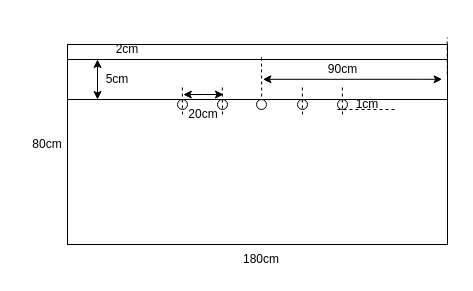
The draw.io diagram draw.drawio in loveagri/cdn, before the edit. Source tidied: cells renumbered, new cells numbered last; positions are measured from the earlier drawing's top-left corner, leaving out a move shared by most shapes. Both pictures are drawn from the tidied source at 100%, with x=0, y=0 at pixel (17, 34).
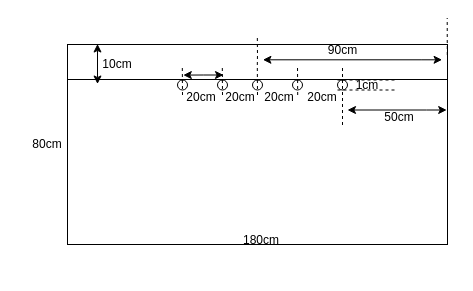
The same page after the edit.

What changed in the source:
```diff
@@
     <mxCell id="3" style="rounded=0;whiteSpace=wrap;html=1;" parent="1" vertex="1">
-      <mxGeometry x="50" y="25" width="380" height="40" as="geometry" />
+      <mxGeometry x="50" y="10" width="380" height="35" as="geometry" />
     </mxCell>
     <mxCell id="4" style="ellipse;whiteSpace=wrap;html=1;" parent="1" vertex="1">
-      <mxGeometry x="200" y="65" width="10" height="10" as="geometry" />
+      <mxGeometry x="200" y="45.5" width="10" height="10" as="geometry" />
     </mxCell>
     <mxCell id="5" style="ellipse;whiteSpace=wrap;html=1;" parent="1" vertex="1">
-      <mxGeometry x="239" y="65" width="10" height="10" as="geometry" />
+      <mxGeometry x="235" y="45.5" width="10" height="10" as="geometry" />
     </mxCell>
     <mxCell id="6" style="ellipse;whiteSpace=wrap;html=1;" parent="1" vertex="1">
-      <mxGeometry x="280" y="65" width="10" height="10" as="geometry" />
+      <mxGeometry x="275" y="45.5" width="10" height="10" as="geometry" />
     </mxCell>
     <mxCell id="7" style="ellipse;whiteSpace=wrap;html=1;" parent="1" vertex="1">
-      <mxGeometry x="320" y="65" width="10" height="10" as="geometry" />
+      <mxGeometry x="320" y="45.5" width="10" height="10" as="geometry" />
     </mxCell>
     <mxCell id="8" style="ellipse;whiteSpace=wrap;html=1;" parent="1" vertex="1">
-      <mxGeometry x="160" y="65" width="10" height="10" as="geometry" />
+      <mxGeometry x="160" y="45.5" width="10" height="10" as="geometry" />
     </mxCell>
     <mxCell id="9" style="endArrow=classic;startArrow=classic;html=1;rounded=0;exitX=0.289;exitY=0.469;exitDx=0;exitDy=0;exitPerimeter=0;" parent="1" edge="1">
       <mxGeometry relative="1" as="geometry">
-        <mxPoint x="165.8" y="60.1" as="sourcePoint" />
-        <mxPoint x="206" y="60" as="targetPoint" />
+        <mxPoint x="165.8" y="40.6" as="sourcePoint" />
+        <mxPoint x="206" y="40.5" as="targetPoint" />
         <Array as="points">
-          <mxPoint x="185.8" y="60" />
+          <mxPoint x="185.8" y="40.5" />
         </Array>
       </mxGeometry>
     </mxCell>
     <mxCell id="10" style="endArrow=none;dashed=1;html=1;rounded=0;" parent="1" edge="1">
       <mxGeometry relative="1" as="geometry">
-        <mxPoint x="165" y="80" as="sourcePoint" />
-        <mxPoint x="164.8" y="50" as="targetPoint" />
+        <mxPoint x="165" y="60.5" as="sourcePoint" />
+        <mxPoint x="164.8" y="30.5" as="targetPoint" />
       </mxGeometry>
     </mxCell>
     <mxCell id="11" style="endArrow=none;dashed=1;html=1;rounded=0;" parent="1" edge="1">
       <mxGeometry relative="1" as="geometry">
-        <mxPoint x="205" y="80" as="sourcePoint" />
-        <mxPoint x="204.8" y="50" as="targetPoint" />
+        <mxPoint x="205" y="60.5" as="sourcePoint" />
+        <mxPoint x="204.8" y="30.5" as="targetPoint" />
       </mxGeometry>
     </mxCell>
-    <mxCell id="12" style="endArrow=none;dashed=1;html=1;rounded=0;exitX=0.511;exitY=0.925;exitDx=0;exitDy=0;exitPerimeter=0;" parent="1" edge="1" source="3">
+    <mxCell id="12" style="endArrow=none;dashed=1;html=1;rounded=0;exitX=0.5;exitY=0.35;exitDx=0;exitDy=0;exitPerimeter=0;" parent="1" edge="1">
       <mxGeometry relative="1" as="geometry">
-        <mxPoint x="244" y="20" as="targetPoint" />
+        <mxPoint x="240" y="60.5" as="sourcePoint" />
+        <mxPoint x="239.8" y="0.5" as="targetPoint" />
+        <Array as="points">
+          <mxPoint x="239.8" y="30.5" />
+          <mxPoint x="240" y="20.5" />
+        </Array>
       </mxGeometry>
     </mxCell>
     <mxCell id="13" style="endArrow=none;dashed=1;html=1;rounded=0;" parent="1" edge="1">
       <mxGeometry relative="1" as="geometry">
-        <mxPoint x="285" y="80" as="sourcePoint" />
-        <mxPoint x="284.8" y="50" as="targetPoint" />
+        <mxPoint x="280.2" y="60.5" as="sourcePoint" />
+        <mxPoint x="280" y="30.5" as="targetPoint" />
       </mxGeometry>
     </mxCell>
     <mxCell id="14" style="endArrow=none;dashed=1;html=1;rounded=0;" parent="1" edge="1">
       <mxGeometry relative="1" as="geometry">
-        <mxPoint x="325" y="80" as="sourcePoint" />
-        <mxPoint x="324.8" y="50" as="targetPoint" />
+        <mxPoint x="325" y="90.5" as="sourcePoint" />
+        <mxPoint x="325" y="30.5" as="targetPoint" />
       </mxGeometry>
     </mxCell>
     <mxCell id="15" style="endArrow=classic;startArrow=classic;html=1;rounded=0;" parent="1" edge="1">
       <mxGeometry relative="1" as="geometry">
-        <mxPoint x="245.4" y="44.8" as="sourcePoint" />
-        <mxPoint x="424.6" y="44.8" as="targetPoint" />
+        <mxPoint x="245.4" y="25.3" as="sourcePoint" />
+        <mxPoint x="424.6" y="25.3" as="targetPoint" />
         <Array as="points">
-          <mxPoint x="404.4" y="44.8" />
+          <mxPoint x="404.4" y="25.3" />
         </Array>
       </mxGeometry>
     </mxCell>
     <mxCell id="16" style="endArrow=none;dashed=1;html=1;rounded=0;exitX=0.511;exitY=0.925;exitDx=0;exitDy=0;exitPerimeter=0;" parent="1" edge="1">
       <mxGeometry relative="1" as="geometry">
-        <mxPoint x="429.8" y="40" as="sourcePoint" />
-        <mxPoint x="429.7" y="3" as="targetPoint" />
+        <mxPoint x="429.8" y="20.5" as="sourcePoint" />
+        <mxPoint x="429.7" y="-16.5" as="targetPoint" />
       </mxGeometry>
     </mxCell>
     <mxCell id="17" value="90cm" style="text;html=1;align=center;verticalAlign=middle;strokeColor=none;fillColor=none;" parent="1" vertex="1">
-      <mxGeometry x="300" y="20" width="50" height="30" as="geometry" />
+      <mxGeometry x="300" y="0.5" width="50" height="30" as="geometry" />
     </mxCell>
-    <mxCell id="18" value="2cm" style="text;html=1;align=center;verticalAlign=middle;whiteSpace=wrap;rounded=0;" parent="1" vertex="1">
-      <mxGeometry x="80" width="60" height="30" as="geometry" />
-    </mxCell>
     <mxCell id="19" style="endArrow=classic;startArrow=classic;html=1;rounded=0;entryX=0.158;entryY=0.55;entryDx=0;entryDy=0;entryPerimeter=0;" parent="1" edge="1">
       <mxGeometry relative="1" as="geometry">
-        <mxPoint x="80" y="25" as="sourcePoint" />
-        <mxPoint x="80" y="65" as="targetPoint" />
+        <mxPoint x="80" y="9.5" as="sourcePoint" />
+        <mxPoint x="80" y="49.5" as="targetPoint" />
       </mxGeometry>
     </mxCell>
-    <mxCell id="20" value="5cm" style="text;html=1;align=center;verticalAlign=middle;whiteSpace=wrap;rounded=0;" parent="1" vertex="1">
-      <mxGeometry x="70" y="30" width="60" height="30" as="geometry" />
+    <mxCell id="20" value="10cm" style="text;html=1;align=center;verticalAlign=middle;whiteSpace=wrap;rounded=0;" parent="1" vertex="1">
+      <mxGeometry x="70" y="15" width="60" height="30" as="geometry" />
     </mxCell>
     <mxCell id="21" style="endArrow=none;dashed=1;html=1;rounded=0;exitX=0.5;exitY=0.3;exitDx=0;exitDy=0;exitPerimeter=0;" parent="1" edge="1">
       <mxGeometry relative="1" as="geometry">
-        <mxPoint x="320" y="65" as="sourcePoint" />
-        <mxPoint x="379" y="65" as="targetPoint" />
+        <mxPoint x="320" y="45.5" as="sourcePoint" />
+        <mxPoint x="379" y="45.5" as="targetPoint" />
       </mxGeometry>
     </mxCell>
     <mxCell id="22" style="endArrow=none;dashed=1;html=1;rounded=0;exitX=0.5;exitY=0.3;exitDx=0;exitDy=0;exitPerimeter=0;" parent="1" edge="1">
       <mxGeometry relative="1" as="geometry">
-        <mxPoint x="320" y="75" as="sourcePoint" />
-        <mxPoint x="379" y="75" as="targetPoint" />
+        <mxPoint x="320" y="55.5" as="sourcePoint" />
+        <mxPoint x="379" y="55.5" as="targetPoint" />
       </mxGeometry>
     </mxCell>
     <mxCell id="23" value="1cm" style="text;html=1;align=center;verticalAlign=middle;whiteSpace=wrap;rounded=0;" parent="1" vertex="1">
-      <mxGeometry x="320" y="55" width="60" height="30" as="geometry" />
+      <mxGeometry x="320" y="35.5" width="60" height="30" as="geometry" />
     </mxCell>
     <mxCell id="24" value="20cm" style="text;html=1;align=center;verticalAlign=middle;whiteSpace=wrap;rounded=0;" parent="1" vertex="1">
-      <mxGeometry x="156" y="65" width="60" height="30" as="geometry" />
+      <mxGeometry x="172" y="60.5" width="24" height="5" as="geometry" />
     </mxCell>
@@
     <mxCell id="26" value="180cm" style="text;html=1;align=center;verticalAlign=middle;whiteSpace=wrap;rounded=0;" parent="1" vertex="1">
-      <mxGeometry x="214" y="210" width="60" height="30" as="geometry" />
+      <mxGeometry x="214" y="190.5" width="60" height="30" as="geometry" />
     </mxCell>
+    <mxCell id="27" value="50cm" style="text;html=1;align=center;verticalAlign=middle;whiteSpace=wrap;rounded=0;" parent="1" vertex="1">
+      <mxGeometry x="370" y="80.5" width="24" height="5" as="geometry" />
+    </mxCell>
+    <mxCell id="28" value="20cm" style="text;html=1;align=center;verticalAlign=middle;whiteSpace=wrap;rounded=0;" parent="1" vertex="1">
+      <mxGeometry x="211" y="60.5" width="24" height="5" as="geometry" />
+    </mxCell>
+    <mxCell id="29" value="20cm" style="text;html=1;align=center;verticalAlign=middle;whiteSpace=wrap;rounded=0;" parent="1" vertex="1">
+      <mxGeometry x="250" y="60.5" width="24" height="5" as="geometry" />
+    </mxCell>
+    <mxCell id="30" value="20cm" style="text;html=1;align=center;verticalAlign=middle;whiteSpace=wrap;rounded=0;" parent="1" vertex="1">
+      <mxGeometry x="293" y="60.5" width="24" height="5" as="geometry" />
+    </mxCell>
+    <mxCell id="31" style="endArrow=classic;startArrow=classic;html=1;rounded=0;" parent="1" edge="1">
+      <mxGeometry relative="1" as="geometry">
+        <mxPoint x="330" y="75.5" as="sourcePoint" />
+        <mxPoint x="429.2" y="75.5" as="targetPoint" />
+        <Array as="points">
+          <mxPoint x="409" y="75.5" />
+        </Array>
+      </mxGeometry>
+    </mxCell>
```
